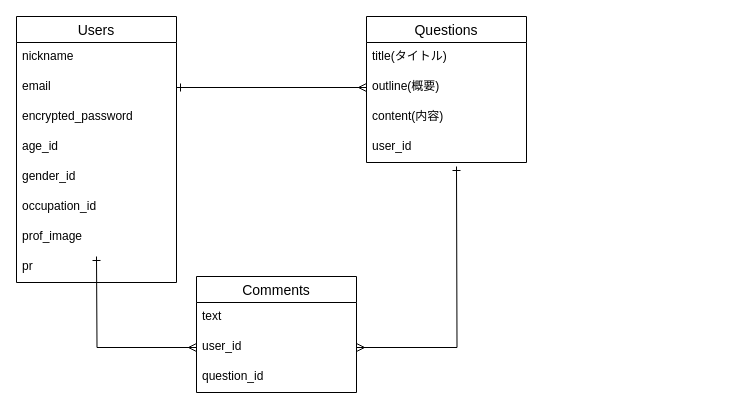
Earlier version of the draw.io diagram er.dio (hiroaki-inori/original-app). Source tidied: cells renumbered, new cells numbered last; positions are measured from the earlier drawing's top-left corner, leaving out a move shared by most shapes. Both pictures are drawn from the tidied source at 100%, with x=0, y=0 at pixel (16, 16).
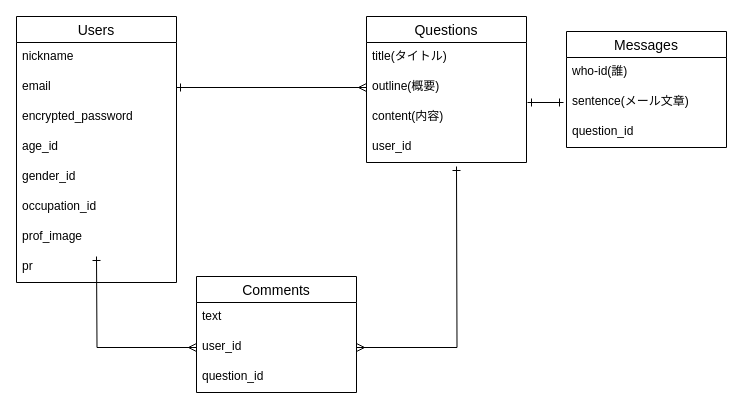
The same diagram, later.

Diff of the diagram source:
```diff
@@
+    <mxCell id="23" value="Messages" style="swimlane;fontStyle=0;horizontal=1;startSize=26;align=center;fontSize=14;" parent="1" vertex="1">
+      <mxGeometry x="550" y="15" width="160" height="116" as="geometry" />
+    </mxCell>
+    <mxCell id="24" value="who-id(誰)" style="text;strokeColor=none;fillColor=none;spacingLeft=4;spacingRight=4;overflow=hidden;fontSize=12;" parent="23" vertex="1">
+      <mxGeometry y="26" width="160" height="30" as="geometry" />
+    </mxCell>
+    <mxCell id="25" value="sentence(メール文章)" style="text;strokeColor=none;fillColor=none;spacingLeft=4;spacingRight=4;overflow=hidden;fontSize=12;" parent="23" vertex="1">
+      <mxGeometry y="56" width="160" height="30" as="geometry" />
+    </mxCell>
+    <mxCell id="26" value="question_id" style="text;strokeColor=none;fillColor=none;spacingLeft=4;spacingRight=4;overflow=hidden;fontSize=12;" parent="23" vertex="1">
+      <mxGeometry y="86" width="160" height="30" as="geometry" />
+    </mxCell>
+    <mxCell id="27" style="edgeStyle=orthogonalEdgeStyle;rounded=0;orthogonalLoop=1;jettySize=auto;html=1;exitX=0;exitY=0.5;exitDx=0;exitDy=0;entryX=1.025;entryY=0;entryDx=0;entryDy=0;entryPerimeter=0;startArrow=ERone;startFill=0;endArrow=ERone;endFill=0;" parent="1" edge="1">
+      <mxGeometry relative="1" as="geometry">
+        <mxPoint x="547" y="86" as="sourcePoint" />
+        <mxPoint x="511" y="86" as="targetPoint" />
+      </mxGeometry>
+    </mxCell>
```
